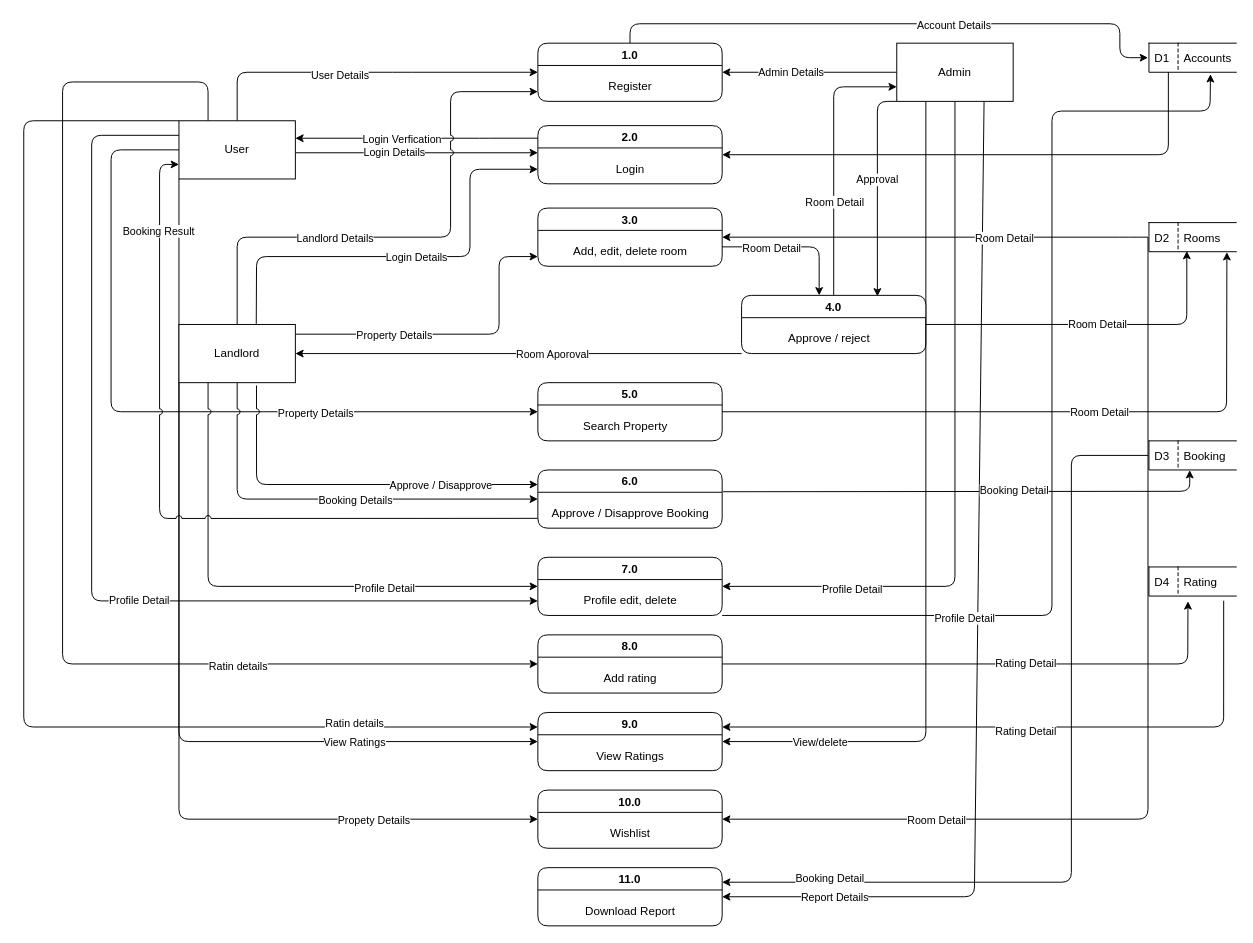
Earlier version of the draw.io diagram DFD FYP/DFD FYP.drawio (SNOW15782/Fyp). Source tidied: cells renumbered, new cells numbered last; positions are measured from the earlier drawing's top-left corner, leaving out a move shared by most shapes. Both pictures are drawn from the tidied source at 97%, with x=0, y=0 at pixel (23, 23).
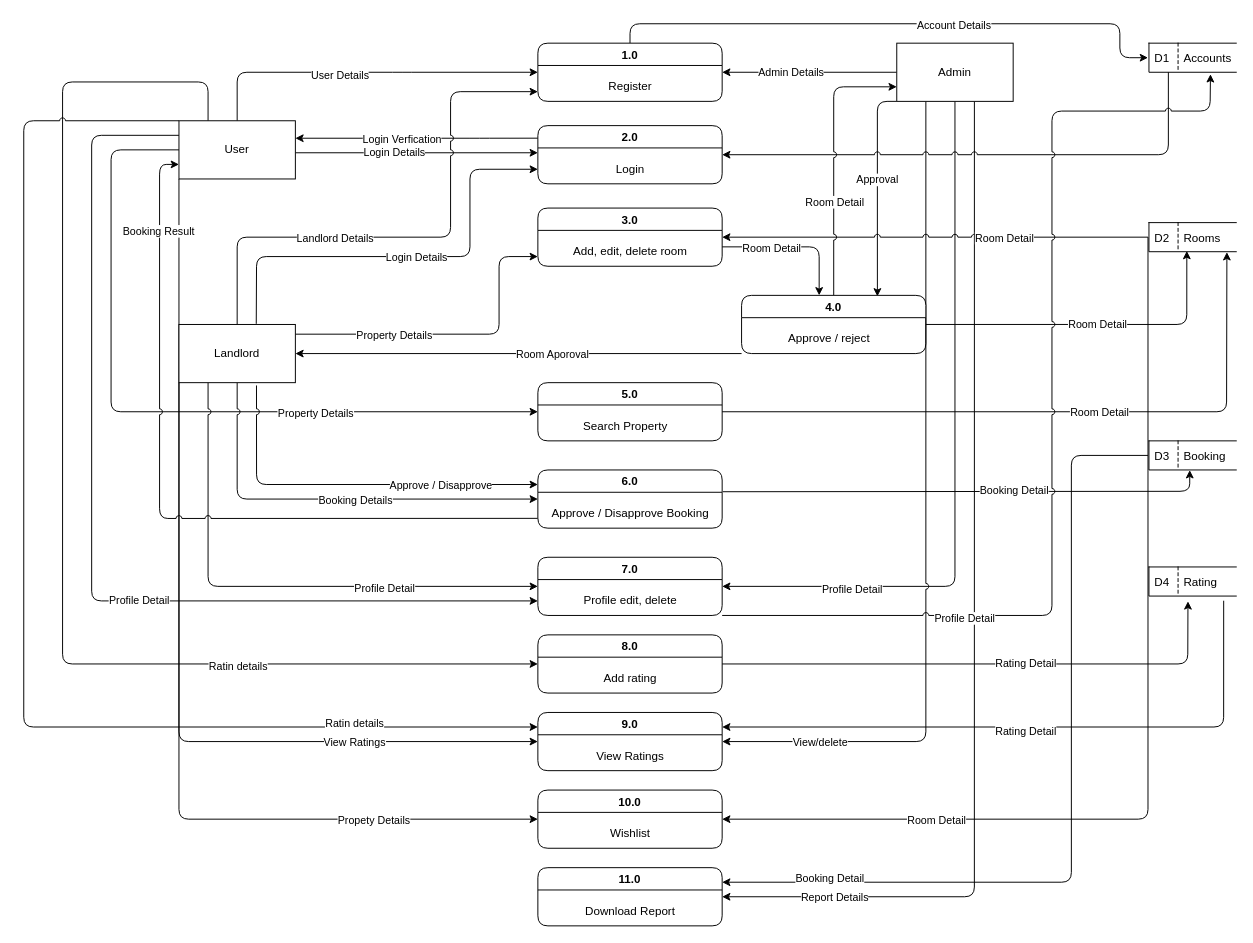
Above is the later version.

The change refers to these unchanged cells:
```xml
<mxCell id="10" value="Admin" style="rounded=0;whiteSpace=wrap;html=1;" parent="1" vertex="1">
  <mxGeometry x="900" y="20" width="120" height="60" as="geometry" />
</mxCell>
<mxCell id="15" value="Accounts" style="shape=partialRectangle;fillColor=none;align=left;verticalAlign=middle;strokeColor=default;spacingLeft=34;points=[[0,0.5],[1,0.5]];portConstraint=eastwest;strokeWidth=1;perimeterSpacing=1;right=0;" parent="1" vertex="1">
  <mxGeometry x="1160" y="20" width="90" height="30" as="geometry" />
</mxCell>
<mxCell id="18" value="Rooms" style="shape=partialRectangle;fillColor=none;align=left;verticalAlign=middle;strokeColor=default;spacingLeft=34;points=[[0,0.5],[1,0.5]];portConstraint=eastwest;strokeWidth=1;perimeterSpacing=1;right=0;" parent="1" vertex="1">
  <mxGeometry x="1160" y="205" width="90" height="30" as="geometry" />
</mxCell>
<mxCell id="32" value="User" style="rounded=0;whiteSpace=wrap;html=1;" parent="1" vertex="1">
  <mxGeometry x="160" y="100" width="120" height="60" as="geometry" />
</mxCell>
<mxCell id="36" value="2.0" style="swimlane;startSize=23;rounded=1;" parent="1" vertex="1">
  <mxGeometry x="530" y="105" width="190" height="60" as="geometry" />
</mxCell>
<mxCell id="40" value="3.0" style="swimlane;startSize=23;rounded=1;" parent="1" vertex="1">
  <mxGeometry x="530" y="190" width="190" height="60" as="geometry" />
</mxCell>
<mxCell id="50" value="4.0" style="swimlane;startSize=23;rounded=1;" parent="1" vertex="1">
  <mxGeometry x="740" y="280" width="190" height="60" as="geometry" />
</mxCell>
<mxCell id="61" value="7.0" style="swimlane;startSize=23;rounded=1;" parent="1" vertex="1">
  <mxGeometry x="530" y="550" width="190" height="60" as="geometry" />
</mxCell>
<mxCell id="66" value="9.0" style="swimlane;startSize=23;rounded=1;" parent="1" vertex="1">
  <mxGeometry x="530" y="710" width="190" height="60" as="geometry" />
</mxCell>
<mxCell id="70" value="11.0" style="swimlane;startSize=23;rounded=1;" parent="1" vertex="1">
  <mxGeometry x="530" y="870" width="190" height="60" as="geometry" />
</mxCell>
```

What changed in the source:
```diff
@@
-    <mxCell id="6" style="edgeStyle=none;html=1;exitX=0;exitY=1;exitDx=0;exitDy=0;entryX=0.737;entryY=0.018;entryDx=0;entryDy=0;startArrow=none;startFill=0;endArrow=classic;endFill=1;entryPerimeter=0;" parent="1" edge="1" source="10" target="50">
+    <mxCell id="6" style="edgeStyle=none;html=1;exitX=0;exitY=1;exitDx=0;exitDy=0;entryX=0.737;entryY=0.018;entryDx=0;entryDy=0;startArrow=none;startFill=0;endArrow=classic;endFill=1;entryPerimeter=0;jumpStyle=arc;" parent="1" edge="1" source="10" target="50">
       <mxGeometry relative="1" as="geometry">
         <Array as="points">
           <mxPoint x="880" y="80" />
         </Array>
       </mxGeometry>
     </mxCell>
@@
-    <mxCell id="8" style="edgeStyle=none;html=1;exitX=0.25;exitY=1;exitDx=0;exitDy=0;entryX=1;entryY=0.5;entryDx=0;entryDy=0;" parent="1" edge="1" source="10" target="66">
+    <mxCell id="8" style="edgeStyle=none;html=1;exitX=0.25;exitY=1;exitDx=0;exitDy=0;entryX=1;entryY=0.5;entryDx=0;entryDy=0;jumpStyle=arc;" parent="1" edge="1" source="10" target="66">
       <mxGeometry relative="1" as="geometry">
         <Array as="points">
           <mxPoint x="930" y="740" />
         </Array>
       </mxGeometry>
     </mxCell>
-    <mxCell id="9" style="edgeStyle=none;html=1;exitX=0.75;exitY=1;exitDx=0;exitDy=0;entryX=1;entryY=0.5;entryDx=0;entryDy=0;" parent="1" edge="1" source="10" target="70">
+    <mxCell id="9" style="edgeStyle=none;html=1;exitX=0.667;exitY=1;exitDx=0;exitDy=0;entryX=1;entryY=0.5;entryDx=0;entryDy=0;jumpStyle=arc;exitPerimeter=0;" parent="1" edge="1" source="10" target="70">
       <mxGeometry relative="1" as="geometry">
         <Array as="points">
           <mxPoint x="980" y="900" />
         </Array>
       </mxGeometry>
     </mxCell>
@@
-    <mxCell id="30" style="edgeStyle=none;html=1;exitX=0;exitY=0;exitDx=0;exitDy=0;entryX=0;entryY=0.25;entryDx=0;entryDy=0;" parent="1" edge="1" source="32" target="66">
+    <mxCell id="30" style="edgeStyle=none;html=1;exitX=0;exitY=0;exitDx=0;exitDy=0;entryX=0;entryY=0.25;entryDx=0;entryDy=0;jumpStyle=arc;" parent="1" edge="1" source="32" target="66">
       <mxGeometry relative="1" as="geometry">
         <Array as="points">
           <mxPoint y="100" />
           <mxPoint y="725" />
         </Array>
       </mxGeometry>
     </mxCell>
@@
-    <mxCell id="35" style="edgeStyle=none;html=1;exitX=1;exitY=0.5;exitDx=0;exitDy=0;startArrow=classic;startFill=1;endArrow=none;endFill=0;" parent="1" edge="1" source="36">
+    <mxCell id="35" style="edgeStyle=none;html=1;exitX=1;exitY=0.5;exitDx=0;exitDy=0;startArrow=classic;startFill=1;endArrow=none;endFill=0;jumpStyle=arc;" parent="1" edge="1" source="36">
       <mxGeometry relative="1" as="geometry">
         <mxPoint x="1180" y="50" as="targetPoint" />
         <Array as="points">
           <mxPoint x="1180" y="135" />
         </Array>
       </mxGeometry>
     </mxCell>
@@
-    <mxCell id="38" style="edgeStyle=none;html=1;exitX=1;exitY=0.5;exitDx=0;exitDy=0;entryX=0;entryY=0.5;entryDx=0;entryDy=0;startArrow=classic;startFill=1;endArrow=none;endFill=0;" parent="1" edge="1" source="40" target="18">
+    <mxCell id="38" style="edgeStyle=none;html=1;exitX=1;exitY=0.5;exitDx=0;exitDy=0;entryX=0;entryY=0.5;entryDx=0;entryDy=0;startArrow=classic;startFill=1;endArrow=none;endFill=0;jumpStyle=arc;" parent="1" edge="1" source="40" target="18">
       <mxGeometry relative="1" as="geometry">
         <Array as="points">
           <mxPoint x="1140" y="220" />
         </Array>
       </mxGeometry>
     </mxCell>
@@
-    <mxCell id="44" style="edgeStyle=none;html=1;exitX=0.5;exitY=0;exitDx=0;exitDy=0;entryX=0;entryY=0.75;entryDx=0;entryDy=0;startArrow=none;startFill=0;endArrow=classic;endFill=1;" parent="1" edge="1" source="50" target="10">
+    <mxCell id="44" style="edgeStyle=none;html=1;exitX=0.5;exitY=0;exitDx=0;exitDy=0;entryX=0;entryY=0.75;entryDx=0;entryDy=0;startArrow=none;startFill=0;endArrow=classic;endFill=1;jumpStyle=arc;" parent="1" edge="1" source="50" target="10">
       <mxGeometry relative="1" as="geometry">
         <Array as="points">
           <mxPoint x="835" y="65" />
         </Array>
       </mxGeometry>
     </mxCell>
@@
-    <mxCell id="59" style="edgeStyle=none;html=1;exitX=1;exitY=1;exitDx=0;exitDy=0;entryX=0.7;entryY=1.032;entryDx=0;entryDy=0;entryPerimeter=0;startArrow=none;startFill=0;endArrow=classic;endFill=1;" parent="1" edge="1" source="61" target="15">
+    <mxCell id="59" style="edgeStyle=none;html=1;exitX=1;exitY=1;exitDx=0;exitDy=0;entryX=0.7;entryY=1.032;entryDx=0;entryDy=0;entryPerimeter=0;startArrow=none;startFill=0;endArrow=classic;endFill=1;jumpStyle=arc;" parent="1" edge="1" source="61" target="15">
       <mxGeometry relative="1" as="geometry">
         <Array as="points">
           <mxPoint x="1060" y="610" />
           <mxPoint x="1060" y="90" />
           <mxPoint x="1223" y="90" />
         </Array>
       </mxGeometry>
     </mxCell>
```
